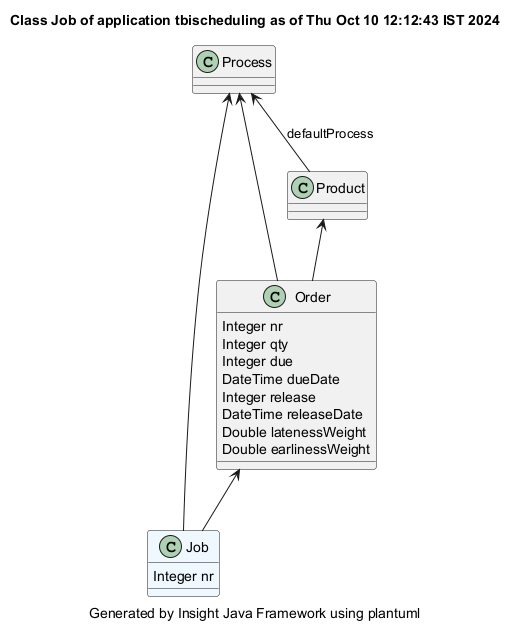
Above: demonstrator/tbischeduling/site/plantuml/Job.png in hsimonis/schedulingtraining (PlantUML), before the change. Its diagram source:
```plantuml
@startuml
title Class Job of application tbischeduling as of Thu Oct 10 12:12:43 IST 2024
caption Generated by Insight Java Framework using plantuml
class Job #aliceblue
Job : Integer nr

Order  <-- Job
class Order
Order : Integer nr
Order : Integer qty
Order : Integer due
Order : DateTime dueDate
Order : Integer release
Order : DateTime releaseDate
Order : Double latenessWeight
Order : Double earlinessWeight

Product  <-- Order
class Product

Process  <-- Product : defaultProcess
class Process

Process  <-- Order
Process  <-- Job
@enduml
```
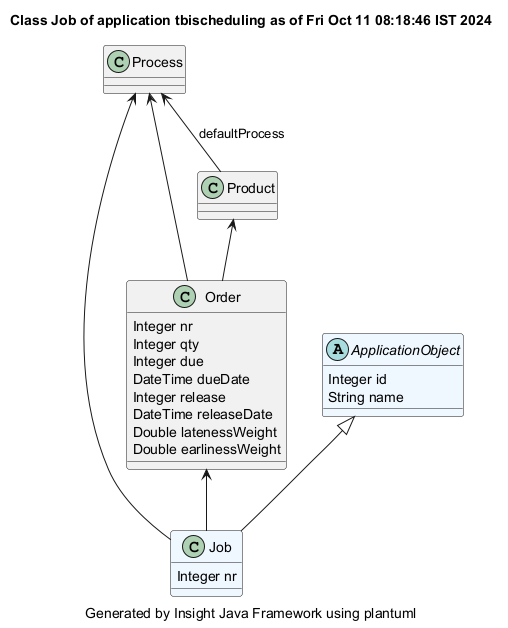
Above is the later version.

Diff of the diagram source:
```diff
@@ -1,5 +1,5 @@
 @startuml
-title Class Job of application tbischeduling as of Thu Oct 10 12:12:43 IST 2024
+title Class Job of application tbischeduling as of Fri Oct 11 08:18:46 IST 2024
 caption Generated by Insight Java Framework using plantuml
 class Job #aliceblue
 Job : Integer nr
@@ -23,4 +23,9 @@
 
 Process  <-- Order
 Process  <-- Job
+abstract ApplicationObject #aliceblue
+ApplicationObject : Integer id
+ApplicationObject : String name
+
+ApplicationObject <|-- Job
 @enduml
```
